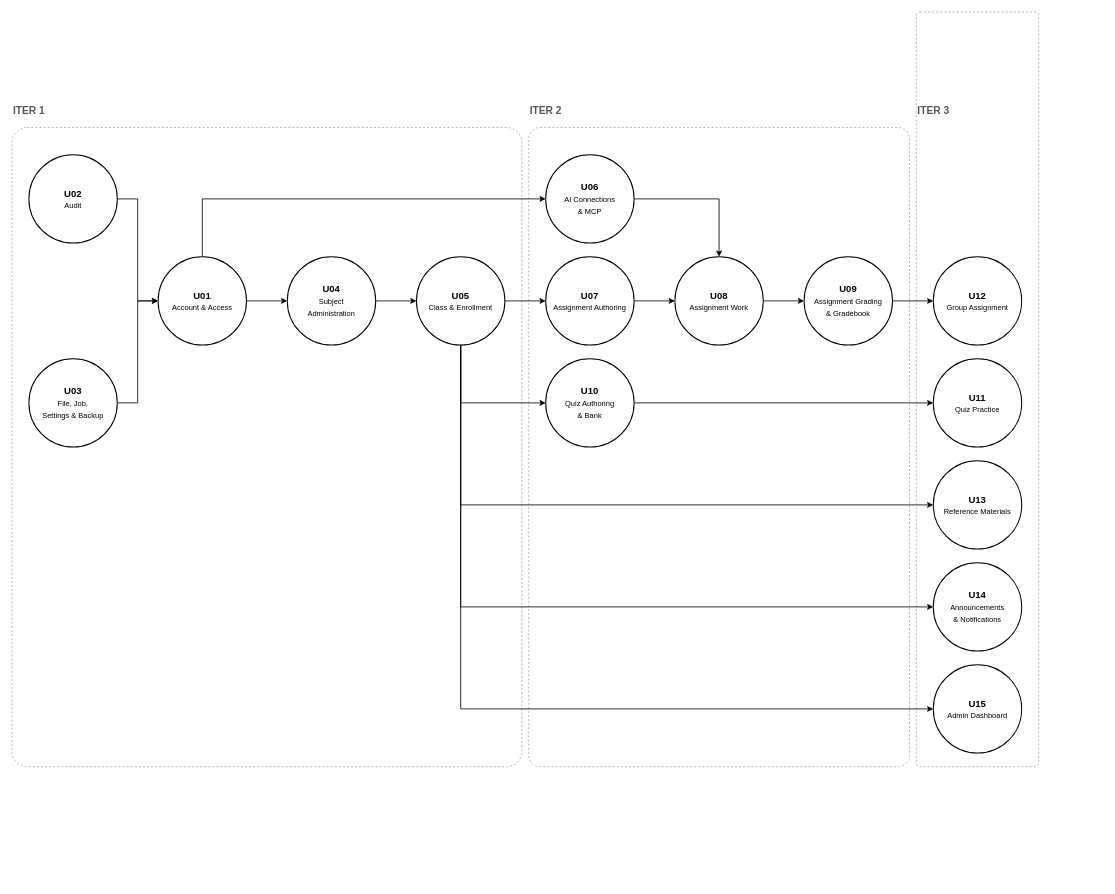
hygef-v4/AI-Powered-Learning-Platform keeps this draw.io diagram as aidlc-docs/inception/application-design/unit-of-work-dependency.drawio. Above is the earlier version. Source tidied: cells renumbered, new cells numbered last; positions are measured from the earlier drawing's top-left corner, leaving out a move shared by most shapes. Both pictures are drawn from the tidied source at 68%, with x=0, y=0 at pixel (12, 12).
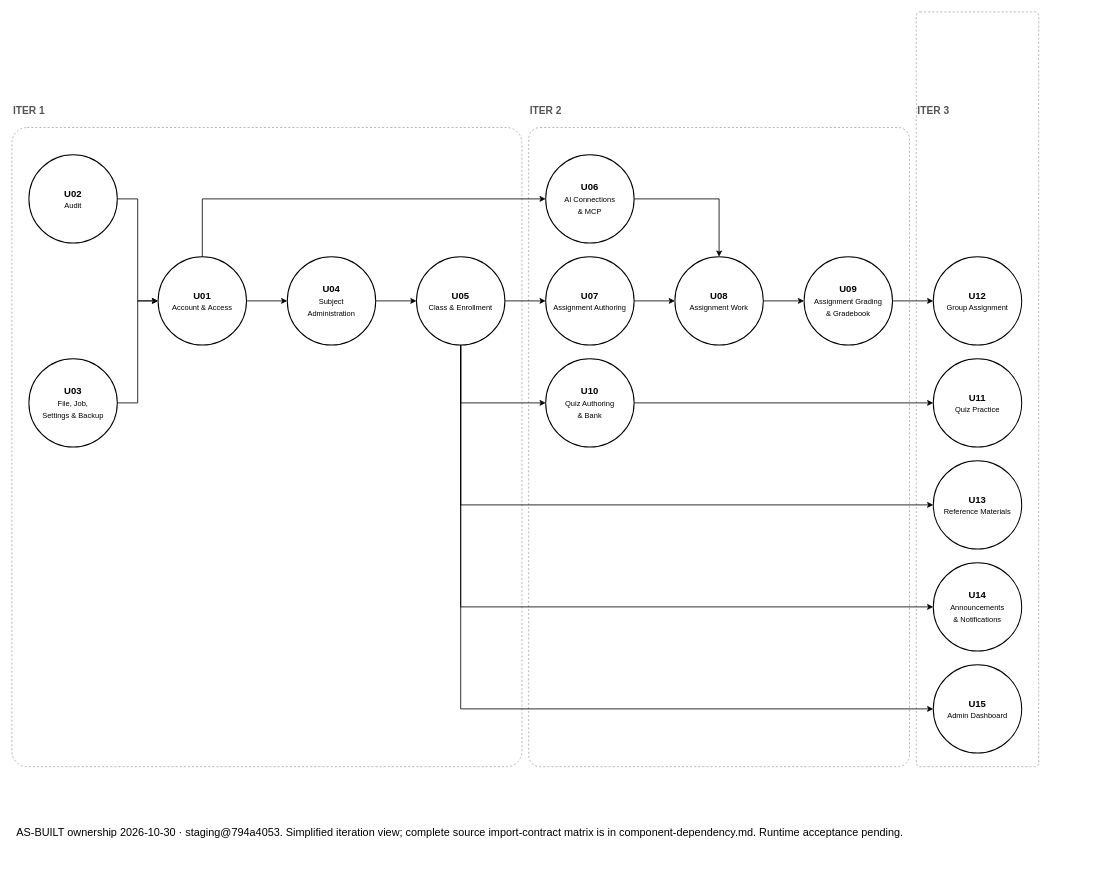
The same diagram, later.

Change to the diagram source:
```diff
@@
+    <mxCell id="38" value="AS-BUILT ownership 2026-10-30 · staging@794a4053. Simplified iteration view; complete source import-contract matrix is in component-dependency.md. Runtime acceptance pending." style="text;html=1;whiteSpace=wrap;fontSize=16;" parent="1" vertex="1">
+      <mxGeometry x="5" y="1190" width="1600" height="90" as="geometry" />
+    </mxCell>
```
